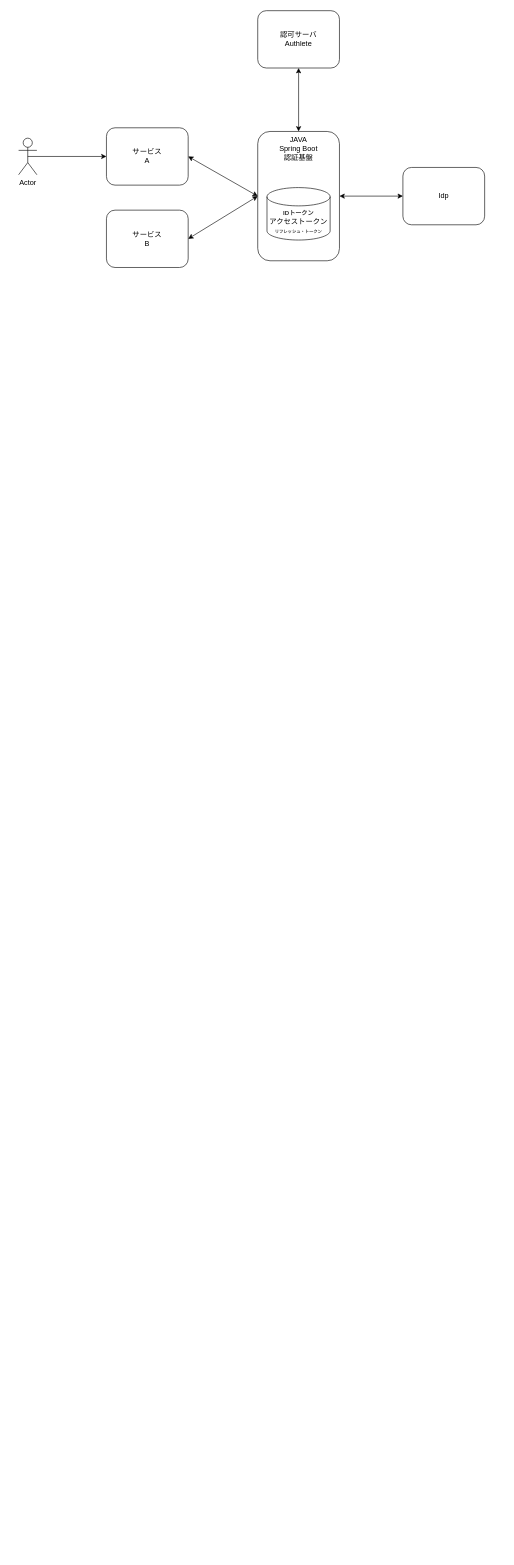
Above: page "ページ2" (2 of 2) of cloudnative.drawio in kyforprogram/homework (draw.io), before the change. Source tidied: cells renumbered, new cells numbered last; positions are measured from the earlier drawing's top-left corner, leaving out a move shared by most shapes. Both pictures are drawn from the tidied source at 61%, with x=0, y=0 at pixel (18, 10).
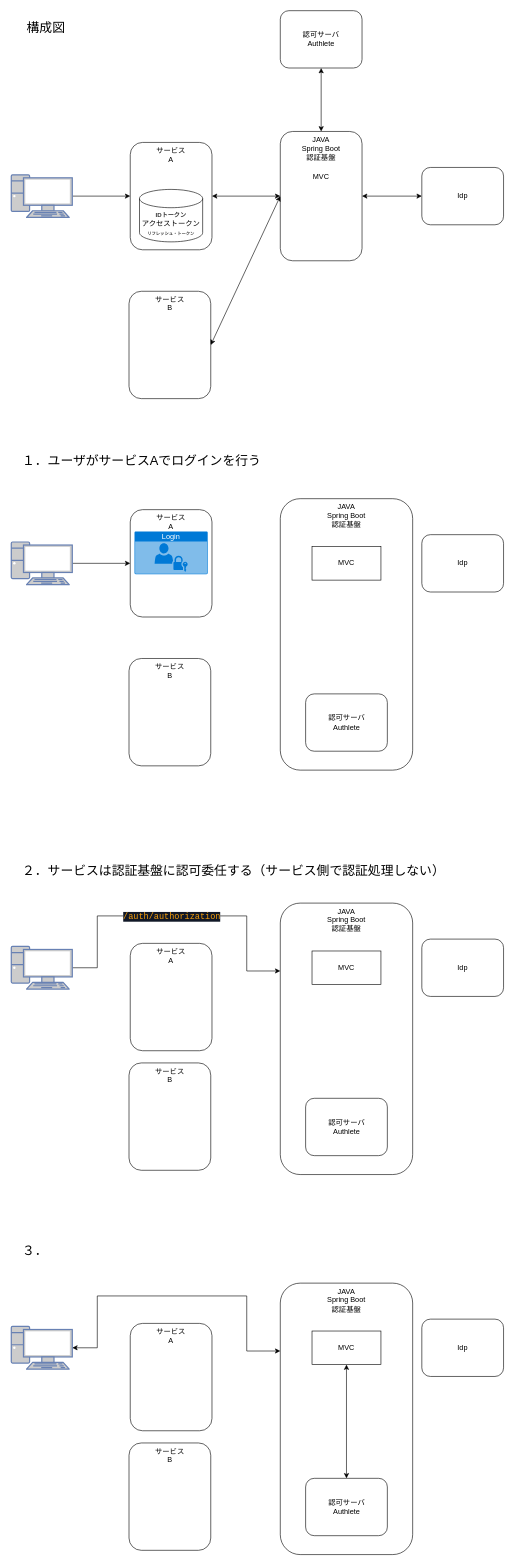
The same page after the edit.

Commit message:
cloudnative.drawio を更新します

Diff of the diagram source:
```diff
@@
     <mxCell id="2" value="JAVA&lt;div&gt;Spring Boot&lt;/div&gt;&lt;div&gt;認証基盤&lt;/div&gt;" style="rounded=1;whiteSpace=wrap;html=1;verticalAlign=top;" parent="1" vertex="1">
-      <mxGeometry x="392" y="198" width="134" height="212" as="geometry" />
+      <mxGeometry x="429" y="198" width="134" height="212" as="geometry" />
     </mxCell>
     <mxCell id="3" value="認可サーバ&lt;div&gt;Authlete&lt;/div&gt;" style="rounded=1;whiteSpace=wrap;html=1;" parent="1" vertex="1">
-      <mxGeometry x="392" width="134" height="94" as="geometry" />
+      <mxGeometry x="429" width="134" height="94" as="geometry" />
     </mxCell>
-    <mxCell id="4" value="サービス&lt;div&gt;A&lt;/div&gt;" style="rounded=1;whiteSpace=wrap;html=1;" parent="1" vertex="1">
-      <mxGeometry x="144" y="192" width="134" height="94" as="geometry" />
+    <mxCell id="4" value="サービス&lt;div&gt;A&lt;/div&gt;" style="rounded=1;whiteSpace=wrap;html=1;verticalAlign=top;" parent="1" vertex="1">
+      <mxGeometry x="183" y="216" width="134" height="176" as="geometry" />
     </mxCell>
     <mxCell id="5" value="Idp" style="rounded=1;whiteSpace=wrap;html=1;" parent="1" vertex="1">
-      <mxGeometry x="630" y="257" width="134" height="94" as="geometry" />
+      <mxGeometry x="661" y="257" width="134" height="94" as="geometry" />
     </mxCell>
-    <mxCell id="6" value="サービス&lt;br&gt;B" style="rounded=1;whiteSpace=wrap;html=1;" parent="1" vertex="1">
-      <mxGeometry x="144" y="327" width="134" height="94" as="geometry" />
+    <mxCell id="6" value="サービス&lt;br&gt;B" style="rounded=1;whiteSpace=wrap;html=1;verticalAlign=top;" parent="1" vertex="1">
+      <mxGeometry x="181" y="460" width="134" height="176" as="geometry" />
     </mxCell>
@@
-    <mxCell id="10" style="edgeStyle=orthogonalEdgeStyle;rounded=0;jettySize=auto;html=1;exitX=0.5;exitY=0.5;exitDx=0;exitDy=0;exitPerimeter=0;entryX=0;entryY=0.5;entryDx=0;entryDy=0;" parent="1" edge="1" source="11" target="4">
+    <mxCell id="10" style="edgeStyle=orthogonalEdgeStyle;rounded=0;jettySize=auto;html=1;exitX=1;exitY=0.5;exitDx=0;exitDy=0;exitPerimeter=0;entryX=0;entryY=0.5;entryDx=0;entryDy=0;" parent="1" edge="1" source="15" target="4">
       <mxGeometry relative="1" as="geometry" />
     </mxCell>
-    <mxCell id="11" value="Actor" style="shape=umlActor;verticalLabelPosition=bottom;verticalAlign=top;html=1;outlineConnect=0;" parent="1" vertex="1">
-      <mxGeometry y="209" width="30" height="60" as="geometry" />
-    </mxCell>
@@
     <mxCell id="13" value="&lt;div&gt;&lt;br&gt;&lt;/div&gt;&lt;div&gt;&lt;b class=&quot;ng-star-inserted&quot; style=&quot;font-size: 10px; white-space-collapse: preserve; color: rgb(48, 48, 48); font-family: &amp;quot;Google Sans Text&amp;quot;, &amp;quot;Google Sans&amp;quot;, sans-serif; text-align: start; background-color: rgb(255, 255, 255);&quot;&gt;IDトークン&lt;/b&gt;&lt;/div&gt;&lt;div&gt;アクセストークン&lt;/div&gt;&lt;div&gt;&lt;b class=&quot;ng-star-inserted&quot; style=&quot;color: rgb(48, 48, 48); font-family: &amp;quot;Google Sans Text&amp;quot;, &amp;quot;Google Sans&amp;quot;, sans-serif; text-align: start; white-space-collapse: preserve; background-color: rgb(255, 255, 255);&quot;&gt;&lt;font style=&quot;font-size: 7px;&quot;&gt;リフレッシュ・トークン&lt;/font&gt;&lt;/b&gt;&lt;/div&gt;&lt;div&gt;&lt;br&gt;&lt;/div&gt;" style="shape=cylinder3;whiteSpace=wrap;html=1;boundedLbl=1;backgroundOutline=1;size=15;" parent="1" vertex="1">
-      <mxGeometry x="407.2" y="290" width="103.5" height="86" as="geometry" />
+      <mxGeometry x="198.2" y="293" width="103.5" height="86" as="geometry" />
     </mxCell>
+    <mxCell id="14" value="&lt;font style=&quot;font-size: 21px;&quot;&gt;構成図&lt;/font&gt;" style="text;html=1;whiteSpace=wrap;strokeColor=none;fillColor=none;align=center;verticalAlign=middle;rounded=0;" parent="1" vertex="1">
+      <mxGeometry x="4" y="10" width="82" height="34" as="geometry" />
+    </mxCell>
+    <mxCell id="15" style="fontColor=#0066CC;verticalAlign=top;verticalLabelPosition=bottom;labelPosition=center;align=center;html=1;outlineConnect=0;fillColor=#CCCCCC;strokeColor=#6881B3;gradientColor=none;gradientDirection=north;strokeWidth=2;shape=mxgraph.networks.pc;" parent="1" vertex="1">
+      <mxGeometry x="-12" y="269" width="100" height="70" as="geometry" />
+    </mxCell>
+    <mxCell id="16" value="MVC" style="text;html=1;whiteSpace=wrap;strokeColor=none;fillColor=none;align=center;verticalAlign=middle;rounded=0;" parent="1" vertex="1">
+      <mxGeometry x="466" y="257" width="60" height="30" as="geometry" />
+    </mxCell>
+    <mxCell id="17" value="JAVA&lt;div&gt;Spring Boot&lt;/div&gt;&lt;div&gt;認証基盤&lt;/div&gt;" style="rounded=1;whiteSpace=wrap;html=1;verticalAlign=top;" parent="1" vertex="1">
+      <mxGeometry x="429" y="800" width="217" height="445" as="geometry" />
+    </mxCell>
+    <mxCell id="18" value="認可サーバ&lt;div&gt;Authlete&lt;/div&gt;" style="rounded=1;whiteSpace=wrap;html=1;" parent="1" vertex="1">
+      <mxGeometry x="470.5" y="1120" width="134" height="94" as="geometry" />
+    </mxCell>
+    <mxCell id="19" value="サービス&lt;div&gt;A&lt;/div&gt;" style="rounded=1;whiteSpace=wrap;html=1;verticalAlign=top;" parent="1" vertex="1">
+      <mxGeometry x="183" y="818" width="134" height="176" as="geometry" />
+    </mxCell>
+    <mxCell id="20" value="Idp" style="rounded=1;whiteSpace=wrap;html=1;" parent="1" vertex="1">
+      <mxGeometry x="661" y="859" width="134" height="94" as="geometry" />
+    </mxCell>
+    <mxCell id="21" value="サービス&lt;br&gt;B" style="rounded=1;whiteSpace=wrap;html=1;verticalAlign=top;" parent="1" vertex="1">
+      <mxGeometry x="181" y="1062" width="134" height="176" as="geometry" />
+    </mxCell>
+    <mxCell id="22" style="edgeStyle=orthogonalEdgeStyle;rounded=0;jettySize=auto;html=1;exitX=1;exitY=0.5;exitDx=0;exitDy=0;exitPerimeter=0;entryX=0;entryY=0.5;entryDx=0;entryDy=0;" parent="1" edge="1" source="24" target="19">
+      <mxGeometry relative="1" as="geometry" />
+    </mxCell>
+    <mxCell id="23" value="&lt;span style=&quot;font-size: 21px;&quot;&gt;１．ユーザがサービスAでログインを行う&lt;/span&gt;" style="text;html=1;whiteSpace=wrap;strokeColor=none;fillColor=none;align=left;verticalAlign=middle;rounded=0;" parent="1" vertex="1">
+      <mxGeometry x="4" y="720" width="760" height="34" as="geometry" />
+    </mxCell>
+    <mxCell id="24" style="fontColor=#0066CC;verticalAlign=top;verticalLabelPosition=bottom;labelPosition=center;align=center;html=1;outlineConnect=0;fillColor=#CCCCCC;strokeColor=#6881B3;gradientColor=none;gradientDirection=north;strokeWidth=2;shape=mxgraph.networks.pc;" parent="1" vertex="1">
+      <mxGeometry x="-12" y="871" width="100" height="70" as="geometry" />
+    </mxCell>
+    <mxCell id="25" value="MVC" style="text;html=1;whiteSpace=wrap;align=center;verticalAlign=middle;rounded=0;strokeColor=default;" parent="1" vertex="1">
+      <mxGeometry x="481" y="878.5" width="113" height="55" as="geometry" />
+    </mxCell>
+    <mxCell id="26" value="Login" style="html=1;whiteSpace=wrap;strokeColor=none;fillColor=#0079D6;labelPosition=center;verticalLabelPosition=middle;verticalAlign=top;align=center;fontSize=12;spacingTop=-6;fontColor=#FFFFFF;sketch=0;shape=mxgraph.sitemap.login;" parent="1" vertex="1">
+      <mxGeometry x="190" y="854" width="120" height="70" as="geometry" />
+    </mxCell>
+    <mxCell id="27" value="JAVA&lt;div&gt;Spring Boot&lt;/div&gt;&lt;div&gt;認証基盤&lt;/div&gt;" style="rounded=1;whiteSpace=wrap;html=1;verticalAlign=top;" parent="1" vertex="1">
+      <mxGeometry x="429" y="1463" width="217" height="445" as="geometry" />
+    </mxCell>
+    <mxCell id="28" value="認可サーバ&lt;div&gt;Authlete&lt;/div&gt;" style="rounded=1;whiteSpace=wrap;html=1;" parent="1" vertex="1">
+      <mxGeometry x="470.5" y="1783" width="134" height="94" as="geometry" />
+    </mxCell>
+    <mxCell id="29" value="サービス&lt;div&gt;A&lt;/div&gt;" style="rounded=1;whiteSpace=wrap;html=1;verticalAlign=top;" parent="1" vertex="1">
+      <mxGeometry x="183" y="1529" width="134" height="176" as="geometry" />
+    </mxCell>
+    <mxCell id="30" value="Idp" style="rounded=1;whiteSpace=wrap;html=1;" parent="1" vertex="1">
+      <mxGeometry x="661" y="1522" width="134" height="94" as="geometry" />
+    </mxCell>
+    <mxCell id="31" value="サービス&lt;br&gt;B" style="rounded=1;whiteSpace=wrap;html=1;verticalAlign=top;" parent="1" vertex="1">
+      <mxGeometry x="181" y="1725" width="134" height="176" as="geometry" />
+    </mxCell>
+    <mxCell id="32" style="edgeStyle=orthogonalEdgeStyle;rounded=0;jettySize=auto;html=1;exitX=1;exitY=0.5;exitDx=0;exitDy=0;exitPerimeter=0;entryX=0;entryY=0.25;entryDx=0;entryDy=0;" parent="1" edge="1" source="34" target="27">
+      <mxGeometry relative="1" as="geometry">
+        <Array as="points">
+          <mxPoint x="129" y="1569" />
+          <mxPoint x="129" y="1484" />
+          <mxPoint x="374" y="1484" />
+          <mxPoint x="374" y="1574" />
+        </Array>
+      </mxGeometry>
+    </mxCell>
+    <mxCell id="33" value="&lt;span style=&quot;font-size: 21px;&quot;&gt;２．サービスは認証基盤に認可委任する（サービス側で認証処理しない）&lt;/span&gt;" style="text;html=1;whiteSpace=wrap;strokeColor=none;fillColor=none;align=left;verticalAlign=middle;rounded=0;" parent="1" vertex="1">
+      <mxGeometry x="4" y="1393" width="732" height="34" as="geometry" />
+    </mxCell>
+    <mxCell id="34" style="fontColor=#0066CC;verticalAlign=top;verticalLabelPosition=bottom;labelPosition=center;align=center;html=1;outlineConnect=0;fillColor=#CCCCCC;strokeColor=#6881B3;gradientColor=none;gradientDirection=north;strokeWidth=2;shape=mxgraph.networks.pc;" parent="1" vertex="1">
+      <mxGeometry x="-12" y="1534" width="100" height="70" as="geometry" />
+    </mxCell>
+    <mxCell id="35" value="MVC" style="text;html=1;whiteSpace=wrap;align=center;verticalAlign=middle;rounded=0;strokeColor=default;" parent="1" vertex="1">
+      <mxGeometry x="481" y="1541.5" width="113" height="55" as="geometry" />
+    </mxCell>
+    <mxCell id="36" value="JAVA&lt;div&gt;Spring Boot&lt;/div&gt;&lt;div&gt;認証基盤&lt;/div&gt;" style="rounded=1;whiteSpace=wrap;html=1;verticalAlign=top;" parent="1" vertex="1">
+      <mxGeometry x="429" y="2086" width="217" height="445" as="geometry" />
+    </mxCell>
+    <mxCell id="37" value="認可サーバ&lt;div&gt;Authlete&lt;/div&gt;" style="rounded=1;whiteSpace=wrap;html=1;" parent="1" vertex="1">
+      <mxGeometry x="470.5" y="2406" width="134" height="94" as="geometry" />
+    </mxCell>
+    <mxCell id="38" value="サービス&lt;div&gt;A&lt;/div&gt;" style="rounded=1;whiteSpace=wrap;html=1;verticalAlign=top;" parent="1" vertex="1">
+      <mxGeometry x="183" y="2152" width="134" height="176" as="geometry" />
+    </mxCell>
+    <mxCell id="39" value="Idp" style="rounded=1;whiteSpace=wrap;html=1;" parent="1" vertex="1">
+      <mxGeometry x="661" y="2145" width="134" height="94" as="geometry" />
+    </mxCell>
+    <mxCell id="40" value="サービス&lt;br&gt;B" style="rounded=1;whiteSpace=wrap;html=1;verticalAlign=top;" parent="1" vertex="1">
+      <mxGeometry x="181" y="2348" width="134" height="176" as="geometry" />
+    </mxCell>
+    <mxCell id="41" style="edgeStyle=orthogonalEdgeStyle;rounded=0;jettySize=auto;html=1;exitX=1;exitY=0.5;exitDx=0;exitDy=0;exitPerimeter=0;entryX=0;entryY=0.25;entryDx=0;entryDy=0;startArrow=classic;startFill=1;" parent="1" edge="1" source="44" target="36">
+      <mxGeometry relative="1" as="geometry">
+        <Array as="points">
+          <mxPoint x="129" y="2192" />
+          <mxPoint x="129" y="2107" />
+          <mxPoint x="374" y="2107" />
+          <mxPoint x="374" y="2197" />
+        </Array>
+      </mxGeometry>
+    </mxCell>
+    <mxCell id="42" value="&lt;span style=&quot;color: rgb(245, 158, 11); font-family: monospace; font-size: 14px; text-align: start; text-wrap-mode: wrap; background-color: rgb(17, 24, 39);&quot;&gt;/auth/authorization&lt;/span&gt;" style="edgeLabel;html=1;align=center;verticalAlign=middle;" parent="41" vertex="1">
+      <mxGeometry x="-0.16" y="4" relative="1" as="geometry">
+        <mxPoint x="30" y="-618" as="offset" />
+      </mxGeometry>
+    </mxCell>
+    <mxCell id="43" value="&lt;span style=&quot;font-size: 21px;&quot;&gt;３．&lt;/span&gt;" style="text;html=1;whiteSpace=wrap;strokeColor=none;fillColor=none;align=left;verticalAlign=middle;rounded=0;" parent="1" vertex="1">
+      <mxGeometry x="4" y="2016" width="732" height="34" as="geometry" />
+    </mxCell>
+    <mxCell id="44" style="fontColor=#0066CC;verticalAlign=top;verticalLabelPosition=bottom;labelPosition=center;align=center;html=1;outlineConnect=0;fillColor=#CCCCCC;strokeColor=#6881B3;gradientColor=none;gradientDirection=north;strokeWidth=2;shape=mxgraph.networks.pc;" parent="1" vertex="1">
+      <mxGeometry x="-12" y="2157" width="100" height="70" as="geometry" />
+    </mxCell>
+    <mxCell id="45" style="rounded=0;jettySize=auto;html=1;exitX=0.5;exitY=1;exitDx=0;exitDy=0;entryX=0.5;entryY=0;entryDx=0;entryDy=0;startArrow=classic;startFill=1;" parent="1" edge="1" source="46" target="37">
+      <mxGeometry relative="1" as="geometry" />
+    </mxCell>
+    <mxCell id="46" value="MVC" style="text;html=1;whiteSpace=wrap;align=center;verticalAlign=middle;rounded=0;strokeColor=default;" parent="1" vertex="1">
+      <mxGeometry x="481" y="2164.5" width="113" height="55" as="geometry" />
+    </mxCell>
```
